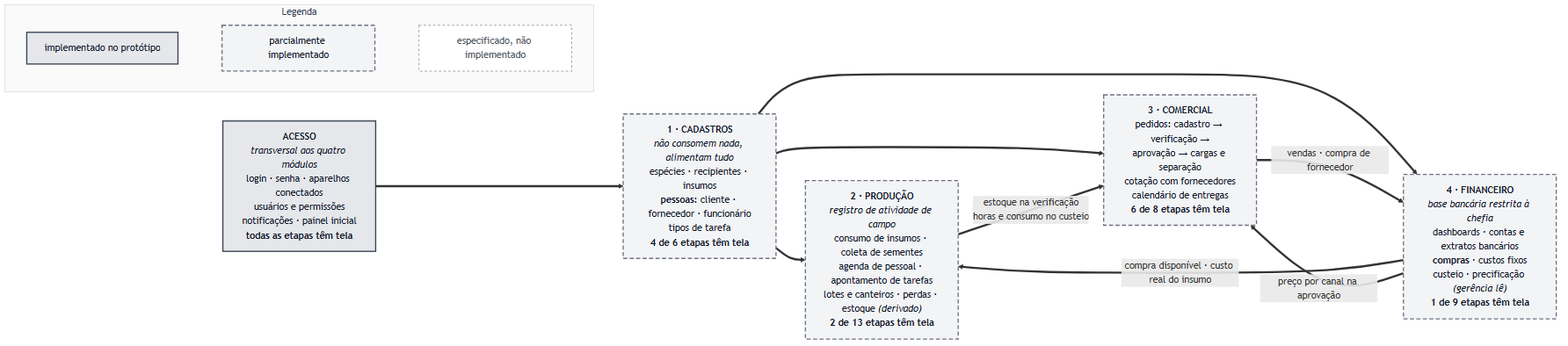
Before: docs/rotinas/img/mapa-sistema-v2.png, a diagram exported from Mermaid (JoaoMudar/mudar). Its source is kept beside it as docs/rotinas/img/mapa-sistema-v2.mmd.
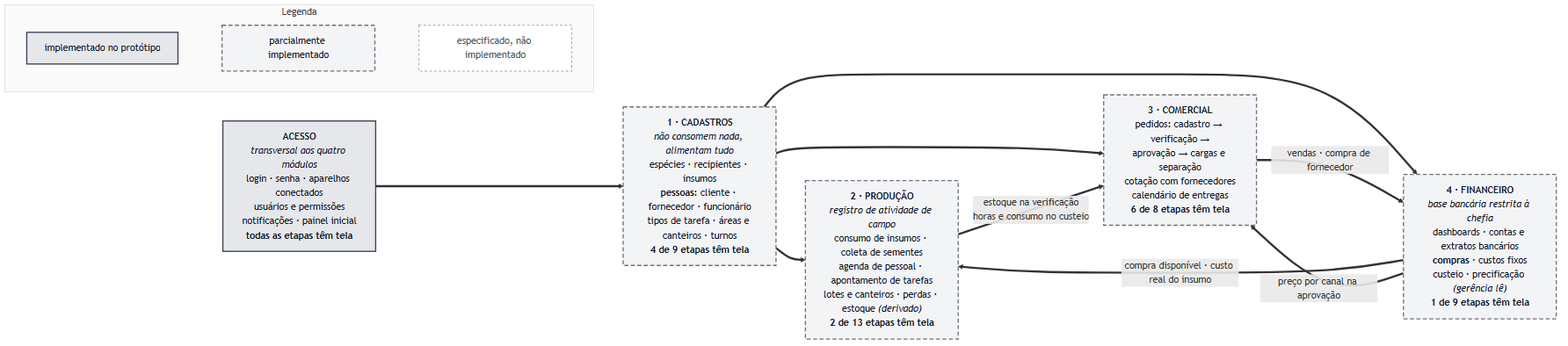
The same file after the commit.

Diff of the diagram source:
```diff
@@ -1,7 +1,7 @@
 flowchart LR
   ACC["<b>ACESSO</b><br/><i>transversal aos quatro módulos</i><br/>login · senha · aparelhos conectados<br/>usuários e permissões<br/>notificações · painel inicial<br/><b>todas as etapas têm tela</b>"]
 
-  CAD["<b>1 · CADASTROS</b><br/><i>não consomem nada, alimentam tudo</i><br/>espécies · recipientes · insumos<br/><b>pessoas</b>: cliente · fornecedor · funcionário<br/>tipos de tarefa<br/><b>4 de 6 etapas têm tela</b>"]
+  CAD["<b>1 · CADASTROS</b><br/><i>não consomem nada, alimentam tudo</i><br/>espécies · recipientes · insumos<br/><b>pessoas</b>: cliente · fornecedor · funcionário<br/>tipos de tarefa · áreas e canteiros · turnos<br/><b>4 de 9 etapas têm tela</b>"]
 
   PRO["<b>2 · PRODUÇÃO</b><br/><i>registro de atividade de campo</i><br/>consumo de insumos · coleta de sementes<br/>agenda de pessoal · apontamento de tarefas<br/>lotes e canteiros · perdas · estoque <i>(derivado)</i><br/><b>2 de 13 etapas têm tela</b>"]
 
```
